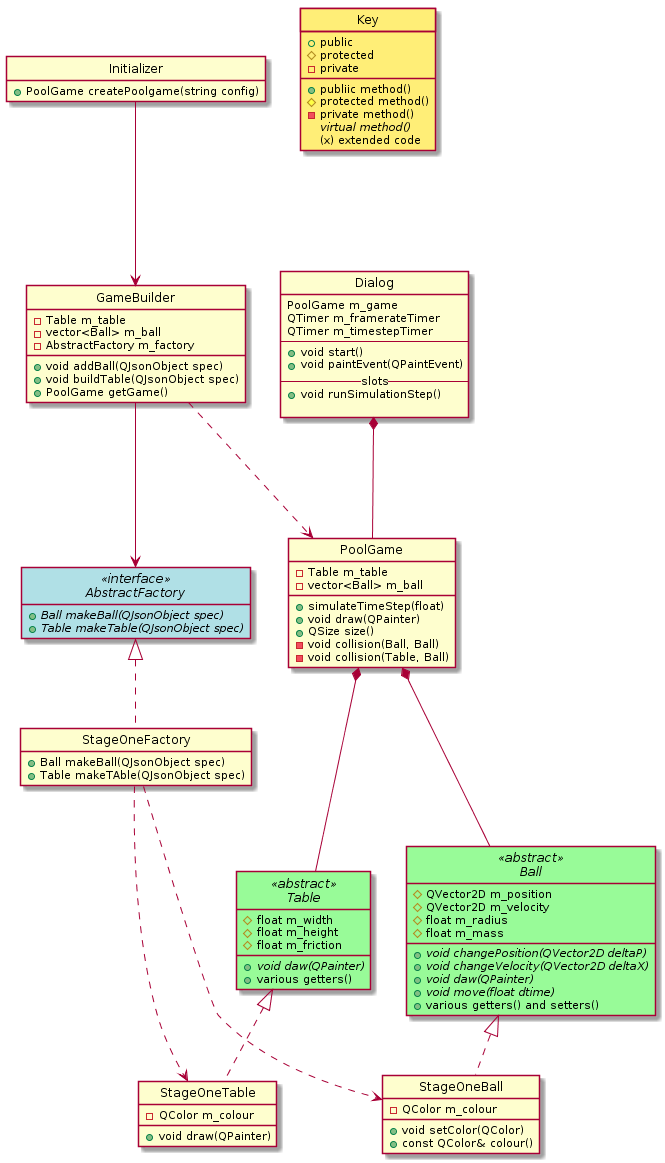
This is class.png from KittenHero/QtPoolGame, a PlantUML export, as it was before one commit.
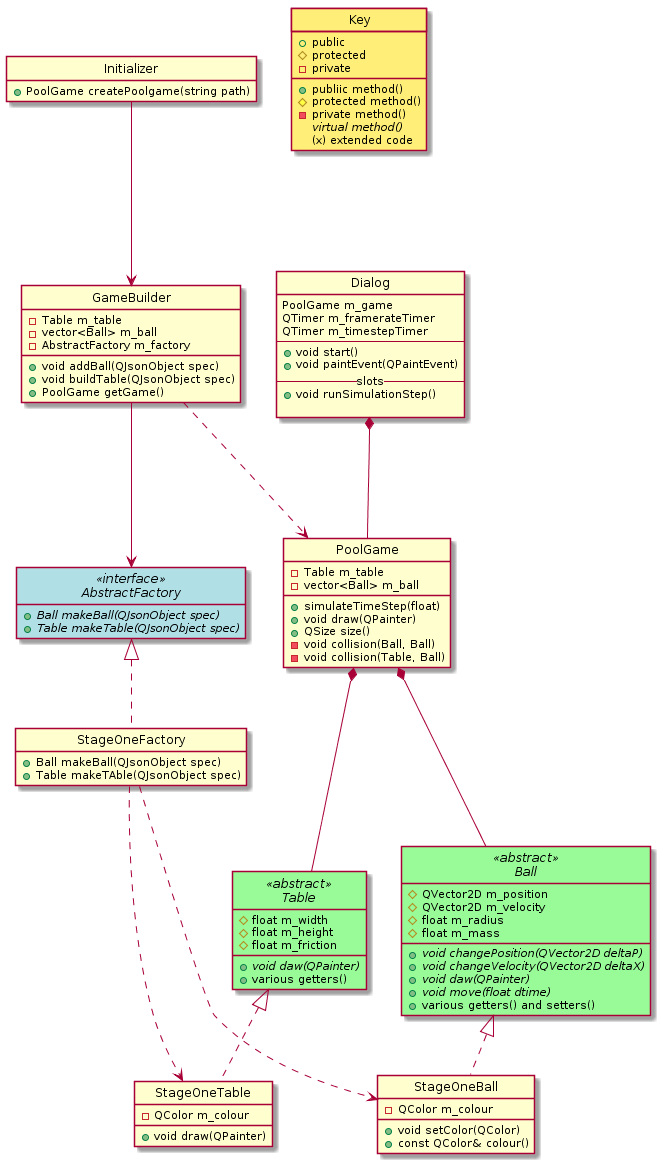
The same file after the commit.

Change to the diagram source:
```diff
@@ -20,7 +20,7 @@
 }
 
 class Initializer {
-    +PoolGame createPoolgame(string config)
+    +PoolGame createPoolgame(string path)
 }
 
 class Dialog {
```
